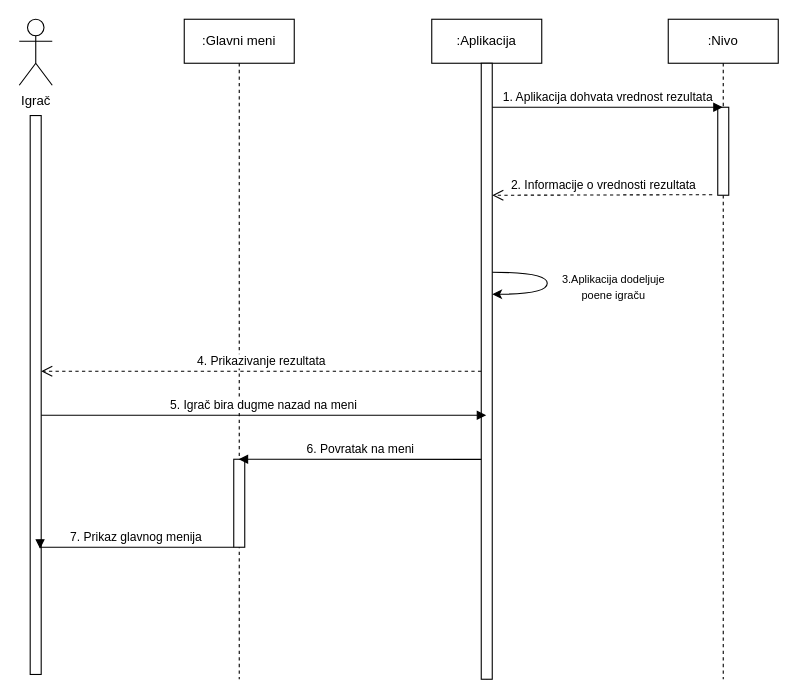
This is vezbe/usecase/prikazivanje_rezultata/Untitled Diagram.drawio from natasablagojevic/rs, a draw.io file, before an edit. Source tidied: cells renumbered, new cells numbered last; positions are measured from the earlier drawing's top-left corner, leaving out a move shared by most shapes. Both pictures are drawn from the tidied source at 110%, with x=0, y=0 at pixel (-244, 19).
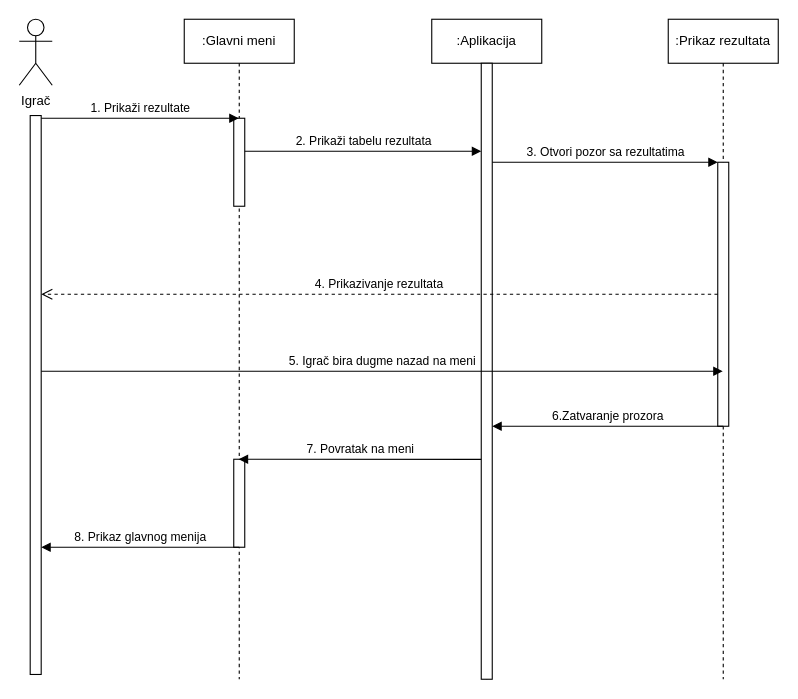
The same page after the edit.

The change refers to these unchanged cells:
```xml
<mxCell id="2" value="&lt;div&gt;:Aplikacija&lt;/div&gt;" style="shape=umlLifeline;perimeter=lifelinePerimeter;whiteSpace=wrap;html=1;outlineConnect=0;portConstraint=eastwest;newEdgeStyle={&quot;edgeStyle&quot;:&quot;elbowEdgeStyle&quot;,&quot;elbow&quot;:&quot;vertical&quot;,&quot;curved&quot;:0,&quot;rounded&quot;:0};" parent="1" vertex="1">
  <mxGeometry x="614" width="100" height="600" as="geometry" />
</mxCell>
<mxCell id="3" style="html=1;points=[];perimeter=orthogonalPerimeter;outlineConnect=0;targetShapes=umlLifeline;portConstraint=eastwest;newEdgeStyle={&quot;edgeStyle&quot;:&quot;elbowEdgeStyle&quot;,&quot;elbow&quot;:&quot;vertical&quot;,&quot;curved&quot;:0,&quot;rounded&quot;:0};" parent="2" vertex="1">
  <mxGeometry x="45" y="40" width="10" height="560" as="geometry" />
</mxCell>
<mxCell id="5" style="rounded=0;whiteSpace=wrap;html=1;rotation=90;" parent="1" vertex="1">
  <mxGeometry x="-0.1" y="336.6" width="508.1" height="10" as="geometry" />
</mxCell>
<mxCell id="6" value=":Glavni meni" style="shape=umlLifeline;perimeter=lifelinePerimeter;whiteSpace=wrap;html=1;outlineConnect=0;portConstraint=eastwest;newEdgeStyle={&quot;edgeStyle&quot;:&quot;elbowEdgeStyle&quot;,&quot;elbow&quot;:&quot;vertical&quot;,&quot;curved&quot;:0,&quot;rounded&quot;:0};" parent="1" vertex="1">
  <mxGeometry x="389" width="100" height="600" as="geometry" />
</mxCell>
```

Diff of the diagram source:
```diff
@@
+    <mxCell id="18" style="html=1;points=[];perimeter=orthogonalPerimeter;outlineConnect=0;targetShapes=umlLifeline;portConstraint=eastwest;newEdgeStyle={&quot;edgeStyle&quot;:&quot;elbowEdgeStyle&quot;,&quot;elbow&quot;:&quot;vertical&quot;,&quot;curved&quot;:0,&quot;rounded&quot;:0};" parent="6" vertex="1">
+      <mxGeometry x="45" y="90" width="10" height="80" as="geometry" />
+    </mxCell>
-    <mxCell id="8" value=":Nivo" style="shape=umlLifeline;perimeter=lifelinePerimeter;whiteSpace=wrap;html=1;outlineConnect=0;portConstraint=eastwest;newEdgeStyle={&quot;edgeStyle&quot;:&quot;elbowEdgeStyle&quot;,&quot;elbow&quot;:&quot;vertical&quot;,&quot;curved&quot;:0,&quot;rounded&quot;:0};" parent="1" vertex="1">
+    <mxCell id="8" value=":Prikaz rezultata" style="shape=umlLifeline;perimeter=lifelinePerimeter;whiteSpace=wrap;html=1;outlineConnect=0;portConstraint=eastwest;newEdgeStyle={&quot;edgeStyle&quot;:&quot;elbowEdgeStyle&quot;,&quot;elbow&quot;:&quot;vertical&quot;,&quot;curved&quot;:0,&quot;rounded&quot;:0};" parent="1" vertex="1">
       <mxGeometry x="829" width="100" height="600" as="geometry" />
     </mxCell>
     <mxCell id="9" style="html=1;points=[];perimeter=orthogonalPerimeter;outlineConnect=0;targetShapes=umlLifeline;portConstraint=eastwest;newEdgeStyle={&quot;edgeStyle&quot;:&quot;elbowEdgeStyle&quot;,&quot;elbow&quot;:&quot;vertical&quot;,&quot;curved&quot;:0,&quot;rounded&quot;:0};" parent="8" vertex="1">
-      <mxGeometry x="45" y="80" width="10" height="80" as="geometry" />
+      <mxGeometry x="45" y="130" width="10" height="240" as="geometry" />
     </mxCell>
-    <mxCell id="10" value="&lt;div&gt;1. Aplikacija dohvata vrednost rezultata&lt;/div&gt;" style="html=1;verticalAlign=bottom;endArrow=block;edgeStyle=elbowEdgeStyle;elbow=vertical;curved=0;rounded=0;" parent="1" edge="1" target="8">
+    <mxCell id="10" value="&lt;div&gt;1. Prikaži rezultate&lt;/div&gt;" style="html=1;verticalAlign=bottom;endArrow=block;edgeStyle=elbowEdgeStyle;elbow=vertical;curved=0;rounded=0;" parent="1" edge="1" target="6">
       <mxGeometry relative="1" as="geometry">
-        <mxPoint x="669" y="80" as="sourcePoint" />
+        <mxPoint x="259" y="90" as="sourcePoint" />
         <Array as="points">
-          <mxPoint x="754" y="80" />
+          <mxPoint x="344" y="90" />
         </Array>
       </mxGeometry>
     </mxCell>
-    <mxCell id="11" value="2. Informacije o vrednosti rezultata" style="html=1;verticalAlign=bottom;endArrow=open;dashed=1;endSize=8;edgeStyle=elbowEdgeStyle;elbow=vertical;curved=0;rounded=0;" parent="1" edge="1">
-      <mxGeometry relative="1" as="geometry">
-        <mxPoint x="869" y="159.5" as="sourcePoint" />
-        <mxPoint x="669" y="160" as="targetPoint" />
-      </mxGeometry>
-    </mxCell>
-    <mxCell id="12" style="curved=1;endArrow=classic;html=1;rounded=0;" parent="1" edge="1">
-      <mxGeometry relative="1" as="geometry">
-        <mxPoint x="669" y="230" as="sourcePoint" />
-        <mxPoint x="669" y="250" as="targetPoint" />
-        <Array as="points">
-          <mxPoint x="719" y="230" />
-          <mxPoint x="719" y="250" />
-        </Array>
-      </mxGeometry>
-    </mxCell>
-    <mxCell id="13" value="&lt;div&gt;&lt;font style=&quot;font-size: 10px;&quot;&gt;3.Aplikacija dodeljuje&lt;/font&gt;&lt;/div&gt;&lt;div&gt;&lt;font style=&quot;font-size: 10px;&quot;&gt;poene igraču&lt;br&gt;&lt;/font&gt;&lt;/div&gt;" style="text;html=1;align=center;verticalAlign=middle;strokeColor=none;fillColor=none;" parent="1" vertex="1">
-      <mxGeometry x="719" y="223" width="120" height="40" as="geometry" />
-    </mxCell>
-    <mxCell id="14" value="4. Prikazivanje rezultata" style="html=1;verticalAlign=bottom;endArrow=open;dashed=1;endSize=8;edgeStyle=elbowEdgeStyle;elbow=vertical;curved=0;rounded=0;entryX=0.459;entryY=0.001;entryDx=0;entryDy=0;entryPerimeter=0;" parent="1" edge="1" source="3" target="5">
+    <mxCell id="14" value="4. Prikazivanje rezultata" style="html=1;verticalAlign=bottom;endArrow=open;dashed=1;endSize=8;edgeStyle=elbowEdgeStyle;elbow=vertical;curved=0;rounded=0;entryX=0.459;entryY=0.001;entryDx=0;entryDy=0;entryPerimeter=0;" parent="1" edge="1" source="9">
       <mxGeometry relative="1" as="geometry">
+        <mxPoint x="259" y="250.7" as="targetPoint" />
         <Array as="points">
-          <mxPoint x="574" y="320" />
+          <mxPoint x="574" y="250" />
         </Array>
       </mxGeometry>
     </mxCell>
-    <mxCell id="15" value="5. Igrač bira dugme nazad na meni" style="html=1;verticalAlign=bottom;endArrow=block;edgeStyle=elbowEdgeStyle;elbow=vertical;curved=0;rounded=0;" parent="1" edge="1" target="2">
+    <mxCell id="15" value="5. Igrač bira dugme nazad na meni" style="html=1;verticalAlign=bottom;endArrow=block;edgeStyle=elbowEdgeStyle;elbow=vertical;curved=0;rounded=0;" parent="1" edge="1" target="8">
       <mxGeometry relative="1" as="geometry">
-        <mxPoint x="259" y="360" as="sourcePoint" />
-        <Array as="points">
-          <mxPoint x="344" y="360" />
-        </Array>
+        <mxPoint x="259" y="320" as="sourcePoint" />
       </mxGeometry>
     </mxCell>
-    <mxCell id="16" value="6. Povratak na meni" style="html=1;verticalAlign=bottom;endArrow=block;edgeStyle=elbowEdgeStyle;elbow=vertical;curved=0;rounded=0;exitX=0;exitY=0.643;exitDx=0;exitDy=0;exitPerimeter=0;" parent="1" edge="1" source="3" target="6">
+    <mxCell id="16" value="7. Povratak na meni" style="html=1;verticalAlign=bottom;endArrow=block;edgeStyle=elbowEdgeStyle;elbow=vertical;curved=0;rounded=0;exitX=0;exitY=0.643;exitDx=0;exitDy=0;exitPerimeter=0;" parent="1" edge="1" source="3" target="6">
       <mxGeometry relative="1" as="geometry">
         <Array as="points">
           <mxPoint x="579" y="400" />
         </Array>
       </mxGeometry>
     </mxCell>
-    <mxCell id="17" value="&lt;div&gt;7. Prikaz glavnog menija&lt;/div&gt;" style="html=1;verticalAlign=bottom;endArrow=block;edgeStyle=elbowEdgeStyle;elbow=vertical;curved=0;rounded=0;entryX=0.775;entryY=0.101;entryDx=0;entryDy=0;entryPerimeter=0;" parent="1" edge="1" target="5">
-      <mxGeometry relative="1" as="geometry">
-        <mxPoint x="434" y="480" as="sourcePoint" />
-        <Array as="points">
-          <mxPoint x="359" y="480" />
-        </Array>
-      </mxGeometry>
-    </mxCell>
+    <mxCell id="19" value="&lt;div&gt;2. Prikaži tabelu rezultata&lt;br&gt;&lt;/div&gt;" style="html=1;verticalAlign=bottom;endArrow=block;edgeStyle=elbowEdgeStyle;elbow=vertical;curved=0;rounded=0;" parent="1" edge="1" source="18">
+      <mxGeometry relative="1" as="geometry">
+        <mxPoint x="659" y="120" as="targetPoint" />
+        <Array as="points">
+          <mxPoint x="524" y="120" />
+        </Array>
+      </mxGeometry>
+    </mxCell>
+    <mxCell id="20" value="3. Otvori pozor sa rezultatima" style="html=1;verticalAlign=bottom;endArrow=block;edgeStyle=elbowEdgeStyle;elbow=vertical;curved=0;rounded=0;" parent="1" edge="1" target="9">
+      <mxGeometry relative="1" as="geometry">
+        <mxPoint x="669" y="130" as="sourcePoint" />
+        <Array as="points">
+          <mxPoint x="754" y="130" />
+        </Array>
+      </mxGeometry>
+    </mxCell>
+    <mxCell id="21" value="6.Zatvaranje prozora" style="html=1;verticalAlign=bottom;endArrow=block;edgeStyle=elbowEdgeStyle;elbow=vertical;curved=0;rounded=0;exitX=0;exitY=0.643;exitDx=0;exitDy=0;exitPerimeter=0;" parent="1" edge="1">
+      <mxGeometry relative="1" as="geometry">
+        <mxPoint x="879" y="370" as="sourcePoint" />
+        <mxPoint x="669" y="370" as="targetPoint" />
+        <Array as="points">
+          <mxPoint x="799" y="370" />
+        </Array>
+      </mxGeometry>
+    </mxCell>
+    <mxCell id="22" value="8. Prikaz glavnog menija" style="html=1;verticalAlign=bottom;endArrow=block;edgeStyle=elbowEdgeStyle;elbow=vertical;curved=0;rounded=0;exitX=0;exitY=0.643;exitDx=0;exitDy=0;exitPerimeter=0;" parent="1" edge="1">
+      <mxGeometry relative="1" as="geometry">
+        <mxPoint x="439" y="480" as="sourcePoint" />
+        <mxPoint x="259" y="480" as="targetPoint" />
+        <Array as="points">
+          <mxPoint x="359" y="480" />
+        </Array>
+      </mxGeometry>
+    </mxCell>
```
